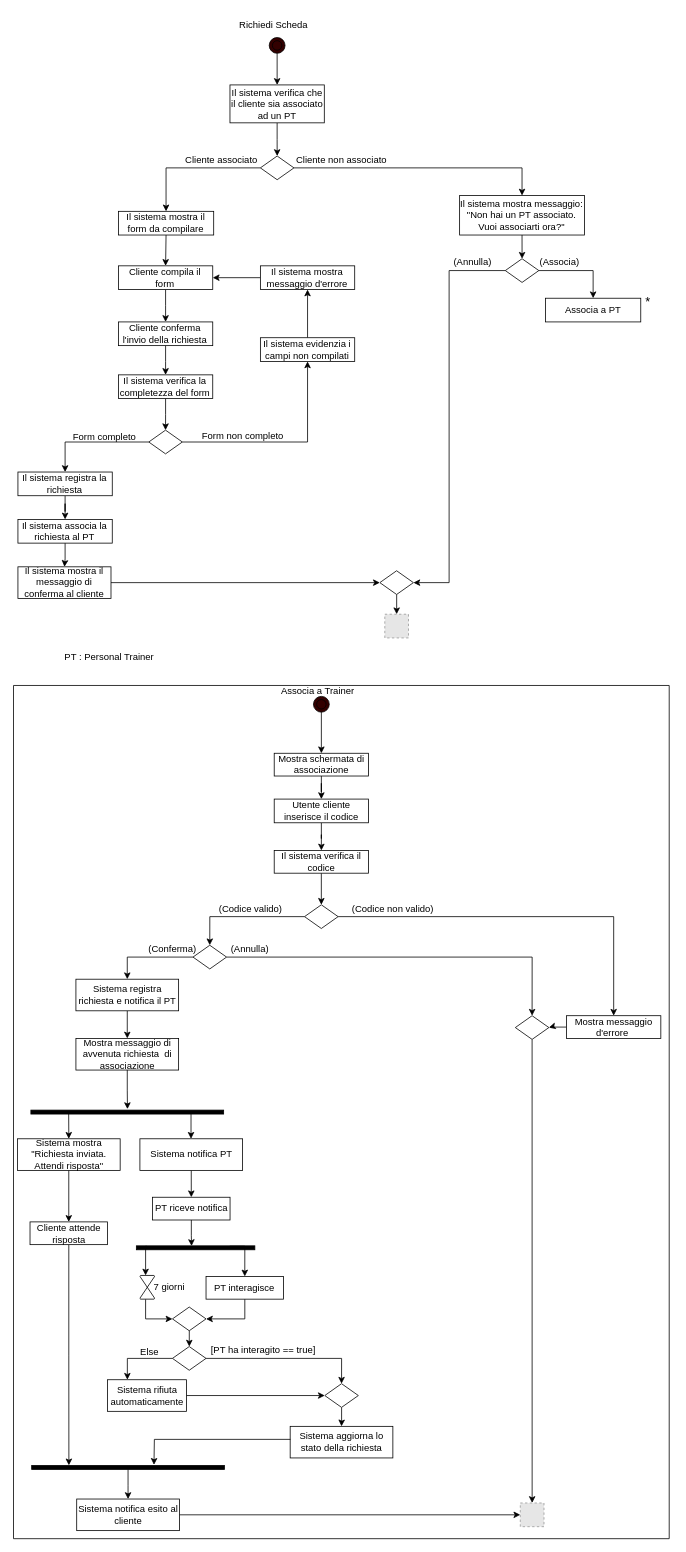
Above: page "Pagina-1" (1 of 2) of ActivityDiagram/RichiediScheda-AssociaTrainer.drawio in FedericoSib/FitPlan (draw.io), before the change. Source tidied: cells renumbered, new cells numbered last; positions are measured from the earlier drawing's top-left corner, leaving out a move shared by most shapes. Both pictures are drawn from the tidied source at 79%, with x=0, y=0 at pixel (13, 13). Pictures stored in the file or linked from it are replaced by grey dashed boxes.
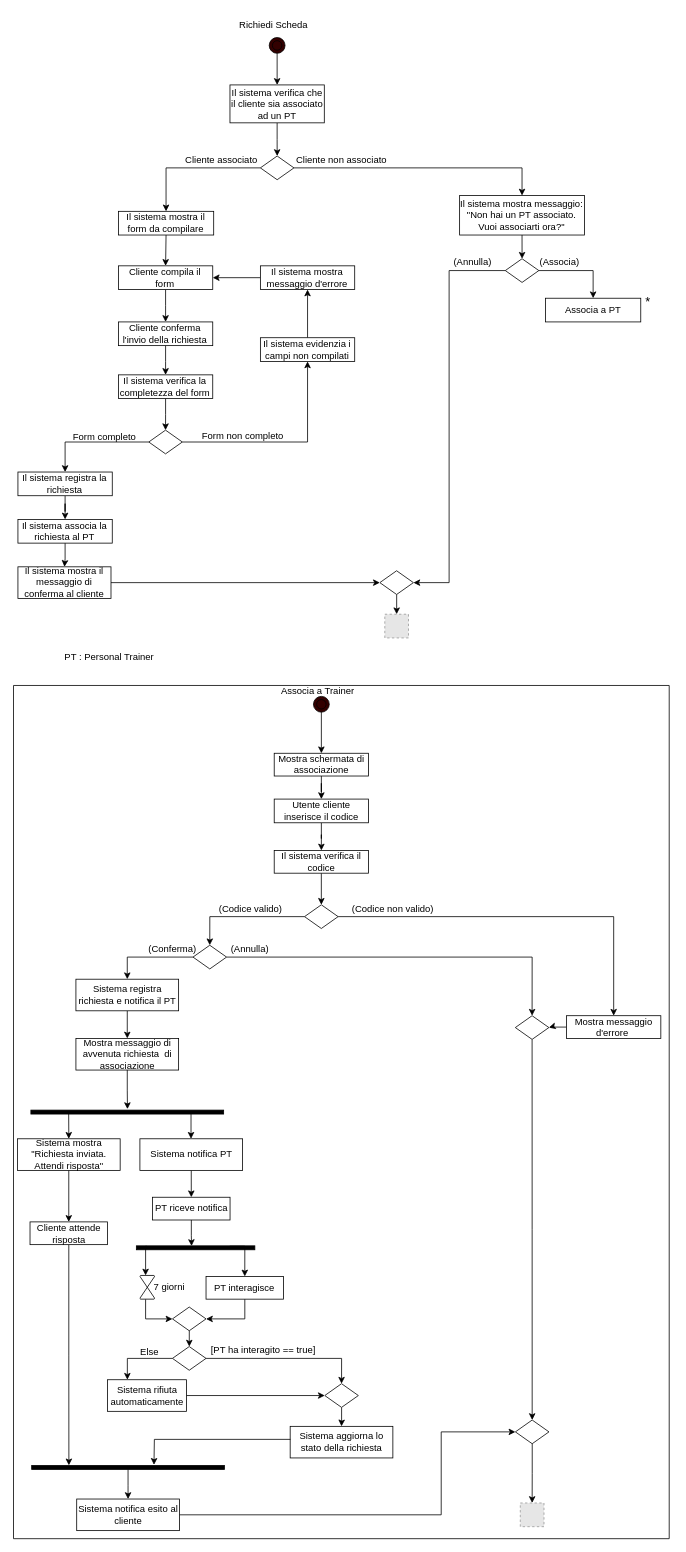
The same page after the edit.

Unchanged cells that the change refers to:
```xml
<mxCell id="68" style="rhombus;whiteSpace=wrap;html=1;" parent="1" vertex="1">
  <mxGeometry x="634.8" y="1268.2" width="42.5" height="30" as="geometry" />
</mxCell>
<mxCell id="70" style="fillColor=#E6E6E6;strokeColor=#999999;dashed=1;html=1;verticalAlign=top;verticalLabelPosition=bottom;labelBackgroundColor=#ffffff;" parent="1" vertex="1">
  <mxGeometry x="641.1" y="1885" width="30" height="30" as="geometry" />
</mxCell>
<mxCell id="88" value="Sistema notifica esito al cliente" style="rounded=0;whiteSpace=wrap;html=1;" parent="1" vertex="1">
  <mxGeometry x="79.6" y="1880" width="130" height="40" as="geometry" />
</mxCell>
<mxCell id="94" style="swimlane;startSize=0;" parent="1" vertex="1">
  <mxGeometry x="-0.4" y="850.2" width="830" height="1080" as="geometry" />
</mxCell>
```

Diff of the diagram source:
```diff
@@
-    <mxCell id="67" style="edgeStyle=orthogonalEdgeStyle;rounded=0;jettySize=auto;html=1;exitX=0.5;exitY=1;exitDx=0;exitDy=0;entryX=0.5;entryY=0;entryDx=0;entryDy=0;" parent="1" edge="1" source="68" target="70">
+    <mxCell id="67" style="edgeStyle=orthogonalEdgeStyle;rounded=0;jettySize=auto;html=1;exitX=0.5;exitY=1;exitDx=0;exitDy=0;entryX=0.5;entryY=0;entryDx=0;entryDy=0;" parent="1" edge="1" source="68" target="113">
       <mxGeometry relative="1" as="geometry" />
     </mxCell>
@@
-    <mxCell id="87" style="edgeStyle=orthogonalEdgeStyle;rounded=0;jettySize=auto;html=1;entryX=0;entryY=0.5;entryDx=0;entryDy=0;" parent="1" edge="1" source="88" target="70">
-      <mxGeometry relative="1" as="geometry" />
+    <mxCell id="87" style="edgeStyle=orthogonalEdgeStyle;rounded=0;jettySize=auto;html=1;entryX=0;entryY=0.5;entryDx=0;entryDy=0;" parent="1" edge="1" source="88" target="113">
+      <mxGeometry relative="1" as="geometry">
+        <Array as="points">
+          <mxPoint x="541" y="1900" />
+          <mxPoint x="541" y="1795" />
+        </Array>
+      </mxGeometry>
     </mxCell>
@@
+    <mxCell id="113" style="rhombus;whiteSpace=wrap;html=1;" parent="94" vertex="1">
+      <mxGeometry x="635.3" y="929.8" width="42.5" height="30" as="geometry" />
+    </mxCell>
@@
+    <mxCell id="114" style="edgeStyle=orthogonalEdgeStyle;rounded=0;jettySize=auto;html=1;entryX=0.5;entryY=0;entryDx=0;entryDy=0;" parent="1" edge="1" source="113" target="70">
+      <mxGeometry relative="1" as="geometry" />
+    </mxCell>
```
